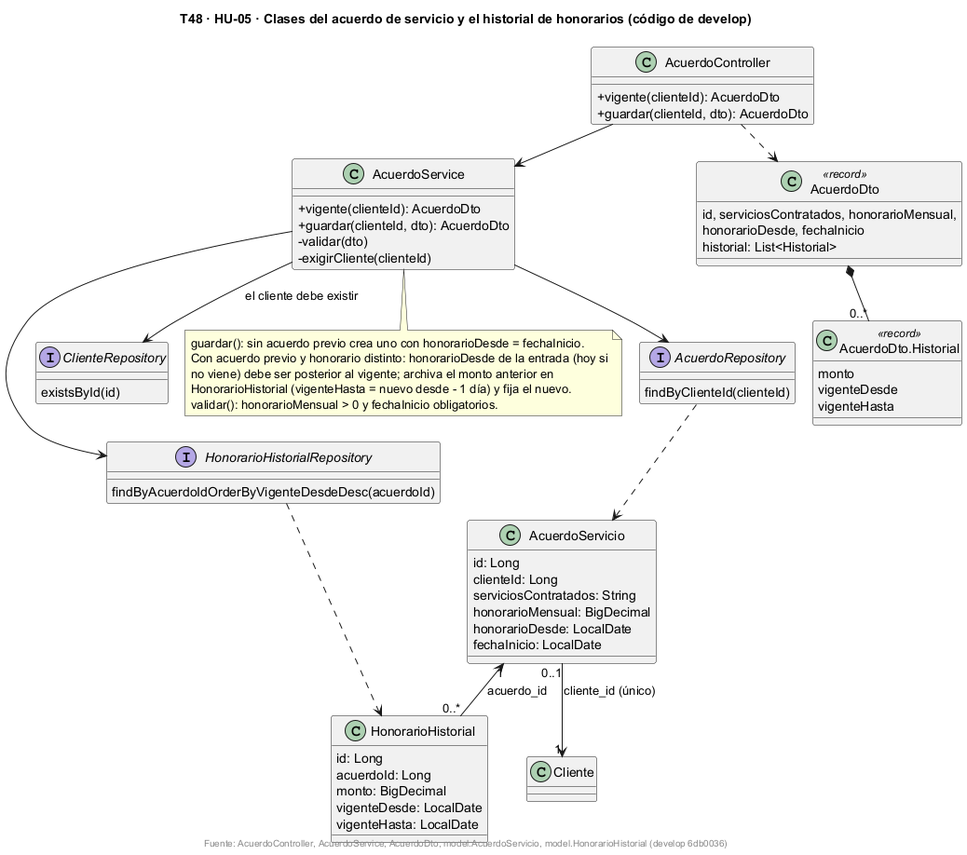
Before: docs/uml/img/T48-HU05-clases.png, a diagram exported from PlantUML (fabianrodriguez33/plus-contable). The source it was exported from:
```plantuml
@startuml
!pragma layout smetana
title T48 · HU-05 · Clases del acuerdo de servicio y el historial de honorarios (código de develop)
skinparam classAttributeIconSize 0
skinparam shadowing false

class AcuerdoController {
  +vigente(clienteId): AcuerdoDto
  +guardar(clienteId, dto): AcuerdoDto
}

class AcuerdoService {
  +vigente(clienteId): AcuerdoDto
  +guardar(clienteId, dto): AcuerdoDto
  -validar(dto)
  -exigirCliente(clienteId)
}

class AcuerdoServicio {
  id: Long
  clienteId: Long
  serviciosContratados: String
  honorarioMensual: BigDecimal
  honorarioDesde: LocalDate
  fechaInicio: LocalDate
}

class HonorarioHistorial {
  id: Long
  acuerdoId: Long
  monto: BigDecimal
  vigenteDesde: LocalDate
  vigenteHasta: LocalDate
}

class AcuerdoDto <<record>> {
  id, serviciosContratados, honorarioMensual,
  honorarioDesde, fechaInicio
  historial: List<Historial>
}

class "AcuerdoDto.Historial" as HistorialDto <<record>> {
  monto
  vigenteDesde
  vigenteHasta
}

interface AcuerdoRepository {
  findByClienteId(clienteId)
}
interface HonorarioHistorialRepository {
  findByAcuerdoIdOrderByVigenteDesdeDesc(acuerdoId)
}
interface ClienteRepository {
  existsById(id)
}

AcuerdoController --> AcuerdoService
AcuerdoController ..> AcuerdoDto
AcuerdoService --> AcuerdoRepository
AcuerdoService --> HonorarioHistorialRepository
AcuerdoService --> ClienteRepository : el cliente debe existir
AcuerdoRepository ..> AcuerdoServicio
HonorarioHistorialRepository ..> HonorarioHistorial
AcuerdoDto *-- "0..*" HistorialDto
AcuerdoServicio "0..1" --> "1" Cliente : cliente_id (único)
AcuerdoServicio "1" <-- "0..*" HonorarioHistorial : acuerdo_id

note bottom of AcuerdoService
  guardar(): sin acuerdo previo crea uno con honorarioDesde = fechaInicio.
  Con acuerdo previo y honorario distinto: honorarioDesde de la entrada (hoy si
  no viene) debe ser posterior al vigente; archiva el monto anterior en
  HonorarioHistorial (vigenteHasta = nuevo desde - 1 día) y fija el nuevo.
  validar(): honorarioMensual > 0 y fechaInicio obligatorios.
end note

footer Fuente: AcuerdoController, AcuerdoService, AcuerdoDto, model.AcuerdoServicio, model.HonorarioHistorial (develop 6db0036)
@enduml
```
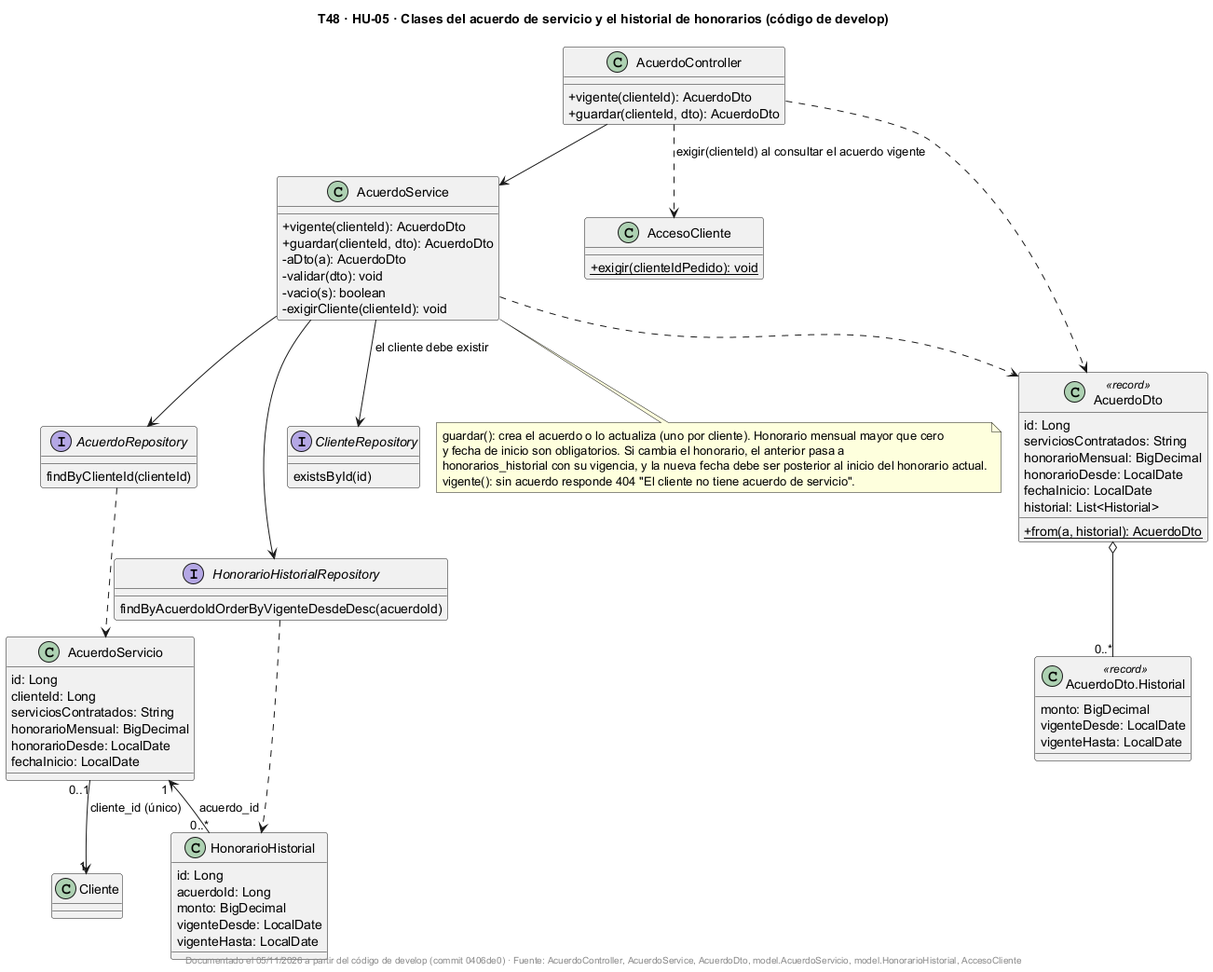
The same file after the commit.

Commit message:
UML: HU-04 y HU-05 igualadas al estandar (clases, secuencia y ER)

Diff of the diagram source:
```diff
@@ -12,8 +12,14 @@
 class AcuerdoService {
   +vigente(clienteId): AcuerdoDto
   +guardar(clienteId, dto): AcuerdoDto
-  -validar(dto)
-  -exigirCliente(clienteId)
+  -aDto(a): AcuerdoDto
+  -validar(dto): void
+  -vacio(s): boolean
+  -exigirCliente(clienteId): void
+}
+
+class AccesoCliente {
+  +{static} exigir(clienteIdPedido): void
 }
 
 class AcuerdoServicio {
@@ -34,15 +40,19 @@
 }
 
 class AcuerdoDto <<record>> {
-  id, serviciosContratados, honorarioMensual,
-  honorarioDesde, fechaInicio
+  id: Long
+  serviciosContratados: String
+  honorarioMensual: BigDecimal
+  honorarioDesde: LocalDate
+  fechaInicio: LocalDate
   historial: List<Historial>
+  +{static} from(a, historial): AcuerdoDto
 }
 
 class "AcuerdoDto.Historial" as HistorialDto <<record>> {
-  monto
-  vigenteDesde
-  vigenteHasta
+  monto: BigDecimal
+  vigenteDesde: LocalDate
+  vigenteHasta: LocalDate
 }
 
 interface AcuerdoRepository {
@@ -57,22 +67,23 @@
 
 AcuerdoController --> AcuerdoService
 AcuerdoController ..> AcuerdoDto
+AcuerdoController ..> AccesoCliente : exigir(clienteId) al consultar el acuerdo vigente
 AcuerdoService --> AcuerdoRepository
 AcuerdoService --> HonorarioHistorialRepository
 AcuerdoService --> ClienteRepository : el cliente debe existir
+AcuerdoService ..> AcuerdoDto
+AcuerdoDto o-- "0..*" HistorialDto
 AcuerdoRepository ..> AcuerdoServicio
 HonorarioHistorialRepository ..> HonorarioHistorial
-AcuerdoDto *-- "0..*" HistorialDto
+AcuerdoServicio "1" <-- "0..*" HonorarioHistorial : acuerdo_id
 AcuerdoServicio "0..1" --> "1" Cliente : cliente_id (único)
-AcuerdoServicio "1" <-- "0..*" HonorarioHistorial : acuerdo_id
 
 note bottom of AcuerdoService
-  guardar(): sin acuerdo previo crea uno con honorarioDesde = fechaInicio.
-  Con acuerdo previo y honorario distinto: honorarioDesde de la entrada (hoy si
-  no viene) debe ser posterior al vigente; archiva el monto anterior en
-  HonorarioHistorial (vigenteHasta = nuevo desde - 1 día) y fija el nuevo.
-  validar(): honorarioMensual > 0 y fechaInicio obligatorios.
+  guardar(): crea el acuerdo o lo actualiza (uno por cliente). Honorario mensual mayor que cero
+  y fecha de inicio son obligatorios. Si cambia el honorario, el anterior pasa a
+  honorarios_historial con su vigencia, y la nueva fecha debe ser posterior al inicio del honorario actual.
+  vigente(): sin acuerdo responde 404 "El cliente no tiene acuerdo de servicio".
 end note
 
-footer Fuente: AcuerdoController, AcuerdoService, AcuerdoDto, model.AcuerdoServicio, model.HonorarioHistorial (develop 6db0036)
+footer Documentado el 05/11/2026 a partir del código de develop (commit 0406de0) · Fuente: AcuerdoController, AcuerdoService, AcuerdoDto, model.AcuerdoServicio, model.HonorarioHistorial, AccesoCliente
 @enduml
```
